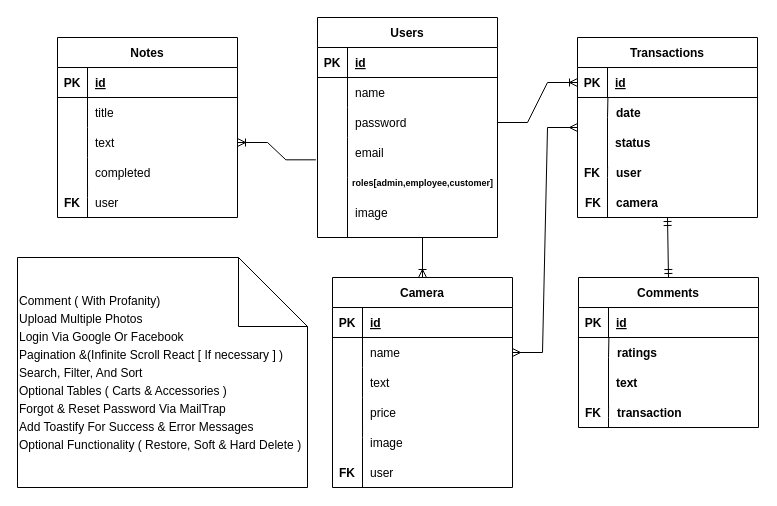
Above: backend/erd/Camera-Rental-ERD-V1.drawio in GabTheGreat25/3rd-Yr-2ndSem-FinalProject-MERN (draw.io), before the change. Source tidied: cells renumbered, new cells numbered last; positions are measured from the earlier drawing's top-left corner, leaving out a move shared by most shapes. Both pictures are drawn from the tidied source at 100%, with x=0, y=0 at pixel (17, 17).
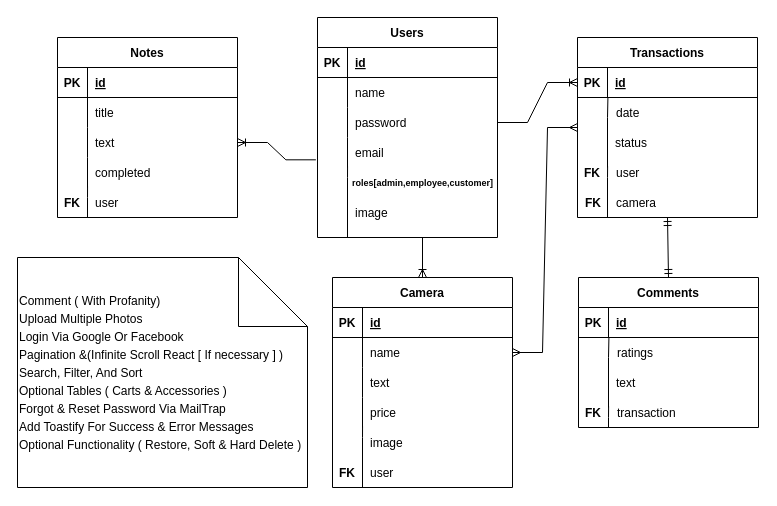
The same diagram, later.

What changed in the source:
```diff
@@
-    <mxCell id="37" value="date" style="shape=partialRectangle;fillColor=none;top=0;left=0;bottom=0;right=0;align=left;spacingLeft=6;fontStyle=1;overflow=hidden;" parent="1" vertex="1">
+    <mxCell id="37" value="date" style="shape=partialRectangle;fillColor=none;top=0;left=0;bottom=0;right=0;align=left;spacingLeft=6;fontStyle=0;overflow=hidden;" parent="1" vertex="1">
       <mxGeometry x="591" y="80" width="150" height="30" as="geometry" />
     </mxCell>
@@
-    <mxCell id="39" value="status" style="shape=partialRectangle;fillColor=none;top=0;left=0;bottom=0;right=0;align=left;spacingLeft=6;fontStyle=1;overflow=hidden;" parent="1" vertex="1">
+    <mxCell id="39" value="status" style="shape=partialRectangle;fillColor=none;top=0;left=0;bottom=0;right=0;align=left;spacingLeft=6;fontStyle=0;overflow=hidden;" parent="1" vertex="1">
       <mxGeometry x="590" y="110" width="150" height="30" as="geometry" />
     </mxCell>
@@
-    <mxCell id="42" value="user" style="shape=partialRectangle;fillColor=none;top=0;left=0;bottom=0;right=0;align=left;spacingLeft=6;fontStyle=1;overflow=hidden;" parent="1" vertex="1">
+    <mxCell id="42" value="user" style="shape=partialRectangle;fillColor=none;top=0;left=0;bottom=0;right=0;align=left;spacingLeft=6;fontStyle=0;overflow=hidden;" parent="1" vertex="1">
       <mxGeometry x="591" y="140" width="150" height="30" as="geometry" />
     </mxCell>
@@
-    <mxCell id="47" value="camera" style="shape=partialRectangle;fillColor=none;top=0;left=0;bottom=0;right=0;align=left;spacingLeft=6;fontStyle=1;overflow=hidden;" parent="1" vertex="1">
+    <mxCell id="47" value="camera" style="shape=partialRectangle;fillColor=none;top=0;left=0;bottom=0;right=0;align=left;spacingLeft=6;fontStyle=0;overflow=hidden;" parent="1" vertex="1">
       <mxGeometry x="591" y="170" width="150" height="30" as="geometry" />
     </mxCell>
@@
-    <mxCell id="71" value="ratings" style="shape=partialRectangle;fillColor=none;top=0;left=0;bottom=0;right=0;align=left;spacingLeft=6;fontStyle=1;overflow=hidden;" parent="1" vertex="1">
+    <mxCell id="71" value="ratings" style="shape=partialRectangle;fillColor=none;top=0;left=0;bottom=0;right=0;align=left;spacingLeft=6;fontStyle=0;overflow=hidden;" parent="1" vertex="1">
       <mxGeometry x="592" y="320" width="150" height="30" as="geometry" />
     </mxCell>
@@
-    <mxCell id="73" value="text" style="shape=partialRectangle;fillColor=none;top=0;left=0;bottom=0;right=0;align=left;spacingLeft=6;fontStyle=1;overflow=hidden;" parent="1" vertex="1">
+    <mxCell id="73" value="text" style="shape=partialRectangle;fillColor=none;top=0;left=0;bottom=0;right=0;align=left;spacingLeft=6;fontStyle=0;overflow=hidden;" parent="1" vertex="1">
       <mxGeometry x="591" y="350" width="150" height="30" as="geometry" />
     </mxCell>
@@
-    <mxCell id="75" value="transaction" style="shape=partialRectangle;fillColor=none;top=0;left=0;bottom=0;right=0;align=left;spacingLeft=6;fontStyle=1;overflow=hidden;" parent="1" vertex="1">
+    <mxCell id="75" value="transaction" style="shape=partialRectangle;fillColor=none;top=0;left=0;bottom=0;right=0;align=left;spacingLeft=6;fontStyle=0;overflow=hidden;" parent="1" vertex="1">
       <mxGeometry x="592" y="380" width="150" height="30" as="geometry" />
     </mxCell>
```
